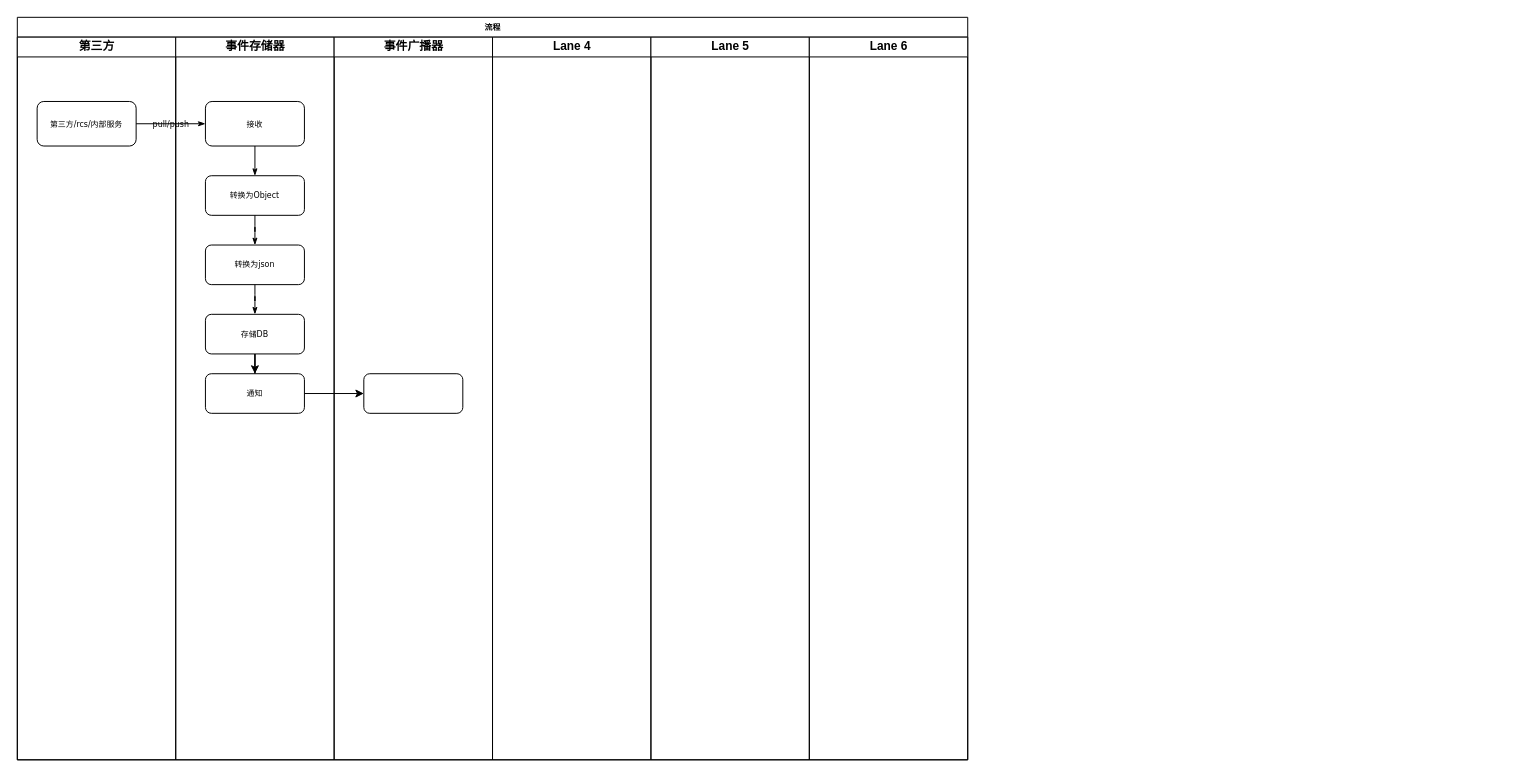
Above: page "事件流程图" (1 of 2) of Untitled Diagram.drawio in WashingtonWang/diagram (draw.io), before the change. Source tidied: cells renumbered, new cells numbered last; positions are measured from the earlier drawing's top-left corner, leaving out a move shared by most shapes. Both pictures are drawn from the tidied source at 99%, with x=0, y=0 at pixel (17, 17).
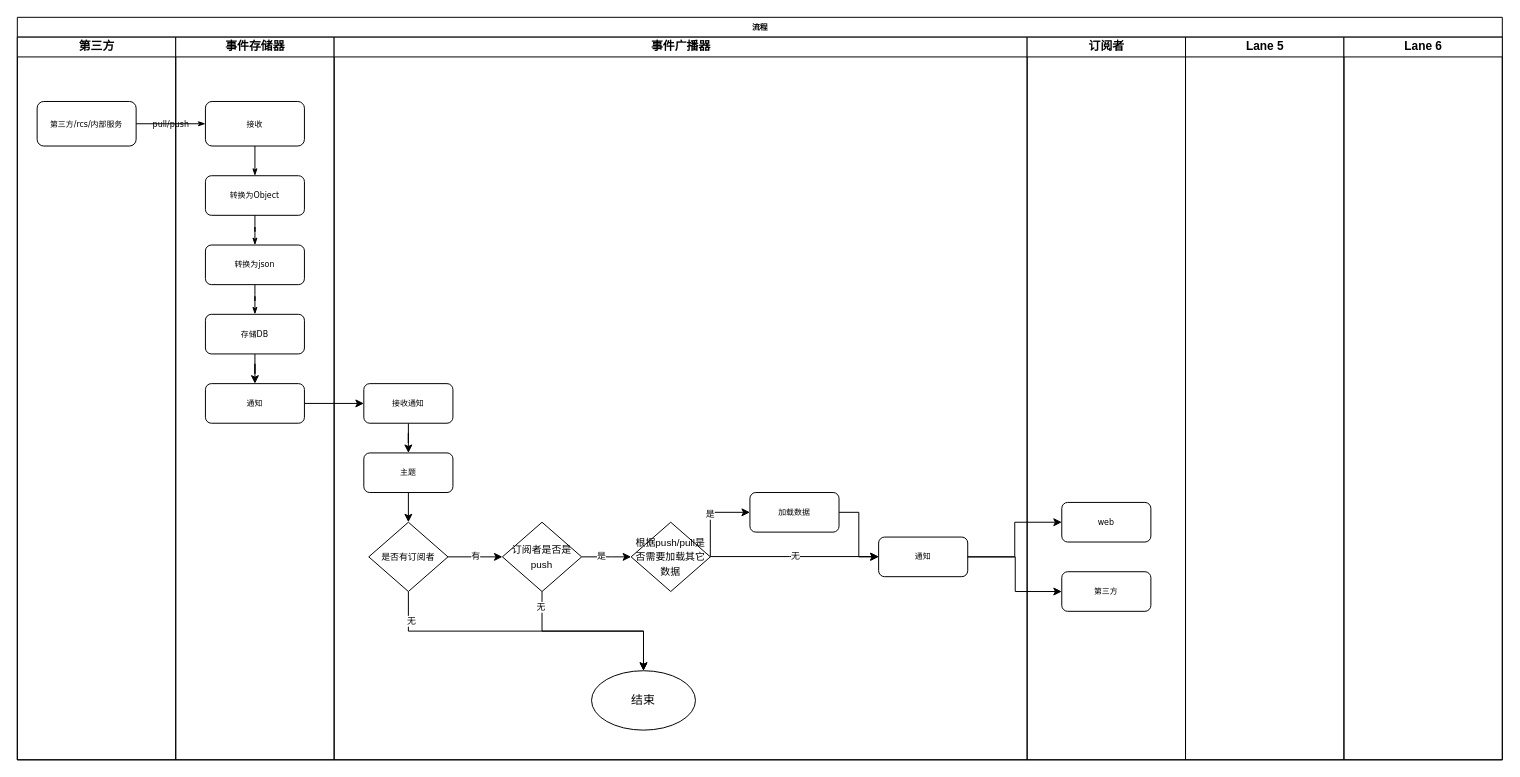
After the change.

Commit message:
forwardx 事件处理流程图

Unchanged cells that the change refers to:
```xml
<mxCell id="6" value="事件存储器" style="swimlane;html=1;startSize=20;" parent="2" vertex="1">
  <mxGeometry x="160" y="20" width="160" height="730" as="geometry" />
</mxCell>
```

Change to the diagram source:
```diff
@@
     <mxCell id="2" value="流程" style="swimlane;html=1;startSize=20;rounded=0;shadow=0;labelBackgroundColor=none;strokeWidth=1;fontFamily=Verdana;fontSize=8;align=center;" parent="1" vertex="1">
-      <mxGeometry width="960" height="750" as="geometry" />
+      <mxGeometry width="1500" height="750" as="geometry" />
     </mxCell>
@@
     <mxCell id="15" value="通知" style="rounded=1;whiteSpace=wrap;html=1;shadow=0;labelBackgroundColor=none;strokeWidth=1;fontFamily=Verdana;fontSize=8;align=center;" parent="6" vertex="1">
-      <mxGeometry x="30" y="340" width="100" height="40" as="geometry" />
+      <mxGeometry x="30" y="350" width="100" height="40" as="geometry" />
     </mxCell>
     <mxCell id="16" value="事件广播器" style="swimlane;html=1;startSize=20;" parent="2" vertex="1">
-      <mxGeometry x="320" y="20" width="160" height="730" as="geometry" />
+      <mxGeometry x="320" y="20" width="700" height="730" as="geometry" />
     </mxCell>
+    <mxCell id="22" style="edgeStyle=orthogonalEdgeStyle;rounded=0;comic=0;sketch=0;jumpStyle=none;jettySize=auto;html=1;shadow=0;endFill=1;strokeColor=default;" parent="16" edge="1" source="17" target="24">
+      <mxGeometry relative="1" as="geometry" />
+    </mxCell>
-    <mxCell id="17" style="rounded=1;whiteSpace=wrap;html=1;shadow=0;labelBackgroundColor=none;strokeWidth=1;fontFamily=Verdana;fontSize=8;align=center;" parent="16" vertex="1">
-      <mxGeometry x="30" y="340" width="100" height="40" as="geometry" />
+    <mxCell id="17" value="接收通知" style="rounded=1;whiteSpace=wrap;html=1;shadow=0;labelBackgroundColor=none;strokeWidth=1;fontFamily=Verdana;fontSize=8;align=center;" parent="16" vertex="1">
+      <mxGeometry x="30" y="350" width="90" height="40" as="geometry" />
     </mxCell>
+    <mxCell id="23" style="edgeStyle=orthogonalEdgeStyle;rounded=0;comic=0;sketch=0;jumpStyle=none;jettySize=auto;html=1;exitX=0.5;exitY=1;exitDx=0;exitDy=0;entryX=0.5;entryY=0;entryDx=0;entryDy=0;shadow=0;endFill=1;strokeColor=default;" parent="16" edge="1" source="24" target="27">
+      <mxGeometry relative="1" as="geometry" />
+    </mxCell>
+    <mxCell id="24" value="主题" style="rounded=1;whiteSpace=wrap;html=1;shadow=0;labelBackgroundColor=none;strokeWidth=1;fontFamily=Verdana;fontSize=8;align=center;" parent="16" vertex="1">
+      <mxGeometry x="30" y="420" width="90" height="40" as="geometry" />
+    </mxCell>
+    <mxCell id="25" style="edgeStyle=orthogonalEdgeStyle;rounded=0;comic=0;sketch=0;jumpStyle=none;jettySize=auto;html=1;exitX=0.5;exitY=1;exitDx=0;exitDy=0;shadow=0;fontSize=9;endFill=1;strokeColor=default;" parent="16" edge="1" source="27" target="28">
+      <mxGeometry relative="1" as="geometry" />
+    </mxCell>
+    <mxCell id="26" value="无" style="edgeLabel;html=1;align=center;verticalAlign=middle;fontSize=9;" parent="25" vertex="1">
+      <mxGeometry x="-0.82" y="2" relative="1" as="geometry" />
+    </mxCell>
+    <mxCell id="27" value="&lt;font style=&quot;font-size: 9px&quot;&gt;是否有订阅者&lt;/font&gt;" style="rhombus;whiteSpace=wrap;html=1;rounded=0;shadow=0;glass=0;sketch=0;" parent="16" vertex="1">
+      <mxGeometry x="35" y="490" width="80" height="70" as="geometry" />
+    </mxCell>
+    <mxCell id="28" value="结束" style="ellipse;whiteSpace=wrap;html=1;rounded=0;shadow=0;glass=0;sketch=0;" parent="16" vertex="1">
+      <mxGeometry x="260" y="640" width="105" height="60" as="geometry" />
+    </mxCell>
+    <mxCell id="29" style="edgeStyle=orthogonalEdgeStyle;rounded=0;comic=0;sketch=0;jumpStyle=none;jettySize=auto;html=1;exitX=0.5;exitY=1;exitDx=0;exitDy=0;entryX=0.5;entryY=0;entryDx=0;entryDy=0;shadow=0;fontSize=9;endFill=1;strokeColor=default;" parent="16" edge="1" source="32" target="28">
+      <mxGeometry relative="1" as="geometry" />
+    </mxCell>
+    <mxCell id="30" value="无" style="edgeLabel;html=1;align=center;verticalAlign=middle;fontSize=9;" parent="29" vertex="1">
+      <mxGeometry x="-0.84" y="-2" relative="1" as="geometry" />
+    </mxCell>
+    <mxCell id="31" value="是" style="edgeStyle=orthogonalEdgeStyle;rounded=0;comic=0;sketch=0;jumpStyle=none;jettySize=auto;html=1;exitX=1;exitY=0.5;exitDx=0;exitDy=0;entryX=0;entryY=0.5;entryDx=0;entryDy=0;shadow=0;fontSize=9;endFill=1;strokeColor=default;" parent="16" edge="1" source="32">
+      <mxGeometry x="-0.2" relative="1" as="geometry">
+        <mxPoint x="300" y="525" as="targetPoint" />
+        <Array as="points">
+          <mxPoint x="280" y="525" />
+          <mxPoint x="280" y="525" />
+        </Array>
+      </mxGeometry>
+    </mxCell>
+    <mxCell id="32" value="&lt;font size=&quot;1&quot;&gt;订阅者是否是push&lt;/font&gt;" style="rhombus;whiteSpace=wrap;html=1;rounded=0;shadow=0;glass=0;sketch=0;" parent="16" vertex="1">
+      <mxGeometry x="170" y="490" width="80" height="70" as="geometry" />
+    </mxCell>
+    <mxCell id="33" value="有" style="edgeStyle=orthogonalEdgeStyle;rounded=0;comic=0;sketch=0;jumpStyle=none;jettySize=auto;html=1;shadow=0;fontSize=9;endFill=1;strokeColor=default;" parent="16" edge="1" source="27" target="32">
+      <mxGeometry relative="1" as="geometry" />
+    </mxCell>
+    <mxCell id="34" value="是" style="edgeStyle=orthogonalEdgeStyle;rounded=0;comic=0;sketch=0;jumpStyle=none;jettySize=auto;html=1;exitX=1;exitY=0.5;exitDx=0;exitDy=0;entryX=0;entryY=0.5;entryDx=0;entryDy=0;shadow=0;fontSize=9;endFill=1;strokeColor=default;" parent="16" edge="1" source="35" target="37">
+      <mxGeometry relative="1" as="geometry">
+        <Array as="points">
+          <mxPoint x="380" y="480" />
+        </Array>
+      </mxGeometry>
+    </mxCell>
+    <mxCell id="35" value="&lt;font size=&quot;1&quot;&gt;根据push/pull是否需要加载其它数据&lt;/font&gt;" style="rhombus;whiteSpace=wrap;html=1;rounded=0;shadow=0;glass=0;sketch=0;" parent="16" vertex="1">
+      <mxGeometry x="300" y="490" width="80" height="70" as="geometry" />
+    </mxCell>
+    <mxCell id="36" style="edgeStyle=orthogonalEdgeStyle;rounded=0;comic=0;sketch=0;jumpStyle=none;jettySize=auto;html=1;exitX=1;exitY=0.5;exitDx=0;exitDy=0;entryX=0;entryY=0.5;entryDx=0;entryDy=0;shadow=0;fontSize=9;endFill=1;strokeColor=default;" parent="16" edge="1" source="37" target="38">
+      <mxGeometry relative="1" as="geometry">
+        <Array as="points">
+          <mxPoint x="530" y="480" />
+          <mxPoint x="530" y="525" />
+        </Array>
+      </mxGeometry>
+    </mxCell>
+    <mxCell id="37" value="加载数据" style="rounded=1;whiteSpace=wrap;html=1;shadow=0;labelBackgroundColor=none;strokeWidth=1;fontFamily=Verdana;fontSize=8;align=center;" parent="16" vertex="1">
+      <mxGeometry x="420" y="460" width="90" height="40" as="geometry" />
+    </mxCell>
+    <mxCell id="38" value="通知" style="rounded=1;whiteSpace=wrap;html=1;shadow=0;labelBackgroundColor=none;strokeWidth=1;fontFamily=Verdana;fontSize=8;align=center;" parent="16" vertex="1">
+      <mxGeometry x="550" y="505" width="90" height="40" as="geometry" />
+    </mxCell>
+    <mxCell id="39" style="edgeStyle=orthogonalEdgeStyle;rounded=0;comic=0;sketch=0;jumpStyle=none;orthogonalLoop=1;jettySize=auto;html=1;entryX=0;entryY=0.5;entryDx=0;entryDy=0;shadow=0;fontSize=9;endFill=1;strokeColor=default;" parent="16" edge="1">
+      <mxGeometry relative="1" as="geometry">
+        <mxPoint x="380" y="524.7" as="sourcePoint" />
+        <mxPoint x="550" y="524.7" as="targetPoint" />
+        <Array as="points">
+          <mxPoint x="460" y="524.7" />
+          <mxPoint x="460" y="524.7" />
+        </Array>
+      </mxGeometry>
+    </mxCell>
+    <mxCell id="40" value="无" style="edgeLabel;html=1;align=center;verticalAlign=middle;fontSize=9;" parent="39" vertex="1">
+      <mxGeometry x="0.14" y="2" relative="1" as="geometry">
+        <mxPoint x="-12" y="2" as="offset" />
+      </mxGeometry>
+    </mxCell>
-    <mxCell id="18" value="Lane 4" style="swimlane;html=1;startSize=20;" parent="2" vertex="1">
-      <mxGeometry x="480" y="20" width="160" height="730" as="geometry" />
+    <mxCell id="18" value="订阅者" style="swimlane;html=1;startSize=20;" parent="2" vertex="1">
+      <mxGeometry x="1020" y="20" width="160" height="730" as="geometry" />
     </mxCell>
+    <mxCell id="41" value="web" style="rounded=1;whiteSpace=wrap;html=1;shadow=0;labelBackgroundColor=none;strokeWidth=1;fontFamily=Verdana;fontSize=8;align=center;" parent="18" vertex="1">
+      <mxGeometry x="35" y="470" width="90" height="40" as="geometry" />
+    </mxCell>
+    <mxCell id="42" value="第三方" style="rounded=1;whiteSpace=wrap;html=1;shadow=0;labelBackgroundColor=none;strokeWidth=1;fontFamily=Verdana;fontSize=8;align=center;" parent="18" vertex="1">
+      <mxGeometry x="35" y="540" width="90" height="40" as="geometry" />
+    </mxCell>
     <mxCell id="19" value="Lane 5" style="swimlane;html=1;startSize=20;" parent="2" vertex="1">
-      <mxGeometry x="640" y="20" width="160" height="730" as="geometry" />
+      <mxGeometry x="1180" y="20" width="160" height="730" as="geometry" />
     </mxCell>
     <mxCell id="20" value="Lane 6" style="swimlane;html=1;startSize=20;" parent="2" vertex="1">
-      <mxGeometry x="800" y="20" width="160" height="730" as="geometry" />
+      <mxGeometry x="1340" y="20" width="160" height="730" as="geometry" />
     </mxCell>
@@
+    <mxCell id="43" style="edgeStyle=orthogonalEdgeStyle;rounded=0;comic=0;sketch=0;jumpStyle=none;jettySize=auto;html=1;exitX=1;exitY=0.5;exitDx=0;exitDy=0;shadow=0;fontSize=9;endFill=1;strokeColor=default;" parent="2" edge="1" source="38" target="41">
+      <mxGeometry relative="1" as="geometry" />
+    </mxCell>
+    <mxCell id="44" style="edgeStyle=orthogonalEdgeStyle;rounded=0;comic=0;sketch=0;jumpStyle=none;jettySize=auto;html=1;shadow=0;fontSize=9;endFill=1;strokeColor=default;" parent="2" edge="1" source="38">
+      <mxGeometry relative="1" as="geometry">
+        <mxPoint x="1055" y="580" as="targetPoint" />
+        <Array as="points">
+          <mxPoint x="1008" y="545" />
+          <mxPoint x="1008" y="580" />
+          <mxPoint x="1055" y="580" />
+        </Array>
+      </mxGeometry>
+    </mxCell>
```
